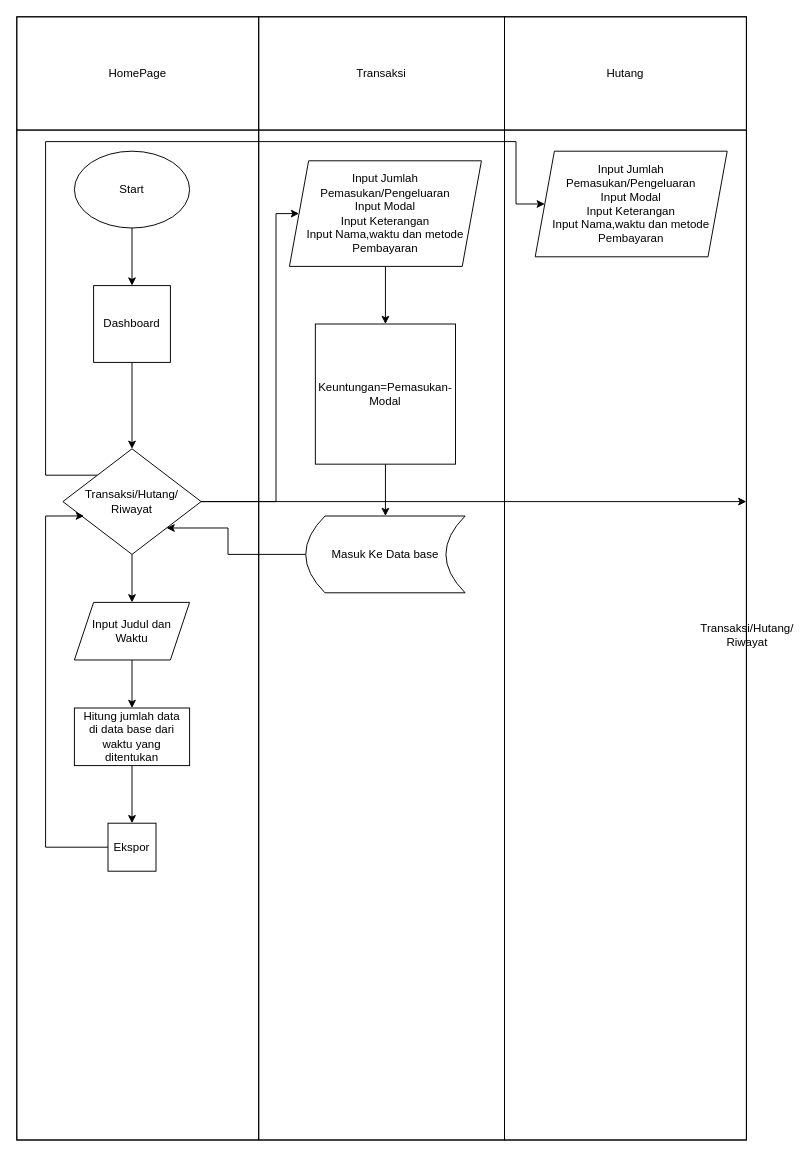
Earlier version of the draw.io diagram Diagram Tanpa Judul.drawio (Lcurents/Java-Learning). Source tidied: cells renumbered, new cells numbered last; positions are measured from the earlier drawing's top-left corner, leaving out a move shared by most shapes. Both pictures are drawn from the tidied source at 96%, with x=0, y=0 at pixel (16, 16).
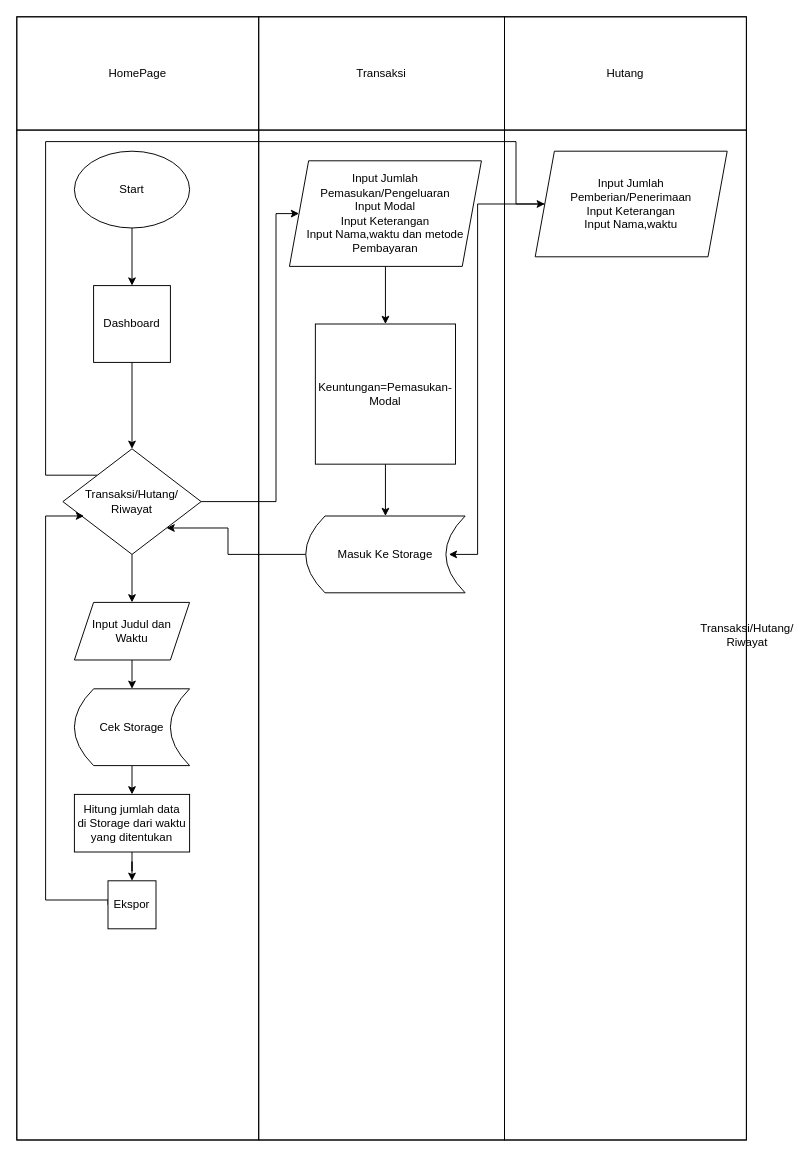
The same diagram, later.

The change refers to these unchanged cells:
```xml
<mxCell id="7" style="shape=tableRow;horizontal=0;startSize=0;swimlaneHead=0;swimlaneBody=0;top=0;left=0;bottom=0;right=0;fontStyle=0;fillColor=none;strokeColor=inherit;" parent="2" vertex="1">
  <mxGeometry y="118" width="760" height="1052" as="geometry" />
</mxCell>
<mxCell id="11" value="Transaksi/Hutang/&lt;br&gt;Riwayat" style="rhombus;whiteSpace=wrap;html=1;" parent="7" vertex="1">
  <mxGeometry x="760" height="1052" as="geometry" />
</mxCell>
<mxCell id="20" value="Transaksi/Hutang/&lt;br&gt;Riwayat" style="rhombus;whiteSpace=wrap;html=1;" parent="1" vertex="1">
  <mxGeometry x="48" y="450" width="144" height="110" as="geometry" />
</mxCell>
<mxCell id="22" value="Input Judul dan &lt;br&gt;Waktu" style="shape=parallelogram;perimeter=parallelogramPerimeter;whiteSpace=wrap;html=1;fixedSize=1;" parent="1" vertex="1">
  <mxGeometry x="60" y="610" width="120" height="60" as="geometry" />
</mxCell>
```

What changed in the source:
```diff
@@
+    <mxCell id="10" style="strokeColor=inherit;fillColor=none;align=center;whiteSpace=wrap;html=1;" parent="7" vertex="1">
+      <mxGeometry width="252" height="1052" as="geometry" />
+    </mxCell>
     <mxCell id="8" style="strokeColor=inherit;fillColor=none;align=center;whiteSpace=wrap;html=1;" parent="7" vertex="1">
-      <mxGeometry width="252" height="1052" as="geometry" />
+      <mxGeometry x="252" width="256" height="1052" as="geometry" />
     </mxCell>
     <mxCell id="9" style="strokeColor=inherit;fillColor=none;align=center;whiteSpace=wrap;html=1;" parent="7" vertex="1">
-      <mxGeometry x="252" width="256" height="1052" as="geometry" />
+      <mxGeometry x="508" width="252" height="1052" as="geometry" />
     </mxCell>
-    <mxCell id="10" style="strokeColor=inherit;fillColor=none;align=center;whiteSpace=wrap;html=1;" parent="7" vertex="1">
-      <mxGeometry x="508" width="252" height="1052" as="geometry" />
-    </mxCell>
@@
-    <mxCell id="16" style="edgeStyle=orthogonalEdgeStyle;rounded=0;jettySize=auto;html=1;" parent="1" edge="1" source="20" target="11">
-      <mxGeometry relative="1" as="geometry" />
-    </mxCell>
@@
-    <mxCell id="21" style="edgeStyle=orthogonalEdgeStyle;rounded=0;jettySize=auto;html=1;" parent="1" edge="1" source="22" target="24">
-      <mxGeometry relative="1" as="geometry" />
-    </mxCell>
+    <mxCell id="34" style="edgeStyle=orthogonalEdgeStyle;rounded=0;jettySize=auto;html=1;exitX=0.5;exitY=1;exitDx=0;exitDy=0;entryX=0.5;entryY=0;entryDx=0;entryDy=0;" parent="1" edge="1" source="22" target="37">
+      <mxGeometry relative="1" as="geometry" />
+    </mxCell>
@@
-    <mxCell id="24" value="Hitung jumlah data&lt;br&gt;di data base dari waktu yang ditentukan" style="rounded=0;whiteSpace=wrap;html=1;" parent="1" vertex="1">
-      <mxGeometry x="60" y="720" width="120" height="60" as="geometry" />
+    <mxCell id="24" value="Hitung jumlah data&lt;br&gt;di Storage dari waktu yang ditentukan" style="rounded=0;whiteSpace=wrap;html=1;" parent="1" vertex="1">
+      <mxGeometry x="60" y="810" width="120" height="60" as="geometry" />
     </mxCell>
     <mxCell id="25" style="edgeStyle=orthogonalEdgeStyle;rounded=0;jettySize=auto;html=1;exitX=0;exitY=0.5;exitDx=0;exitDy=0;entryX=0.153;entryY=0.636;entryDx=0;entryDy=0;entryPerimeter=0;" parent="1" edge="1" source="26" target="20">
       <mxGeometry relative="1" as="geometry">
         <Array as="points">
-          <mxPoint x="30" y="865" />
+          <mxPoint x="95" y="920" />
+          <mxPoint x="30" y="920" />
           <mxPoint x="30" y="520" />
         </Array>
       </mxGeometry>
     </mxCell>
     <mxCell id="26" value="Ekspor" style="whiteSpace=wrap;html=1;" parent="1" vertex="1">
-      <mxGeometry x="95" y="840" width="50" height="50" as="geometry" />
+      <mxGeometry x="95" y="900" width="50" height="50" as="geometry" />
     </mxCell>
@@
-    <mxCell id="32" value="Masuk Ke Data base" style="shape=dataStorage;whiteSpace=wrap;html=1;fixedSize=1;" parent="1" vertex="1">
+    <mxCell id="32" value="Masuk Ke Storage" style="shape=dataStorage;whiteSpace=wrap;html=1;fixedSize=1;" parent="1" vertex="1">
       <mxGeometry x="301" y="520" width="166" height="80" as="geometry" />
     </mxCell>
+    <mxCell id="35" style="edgeStyle=orthogonalEdgeStyle;rounded=0;jettySize=auto;html=1;entryX=0.898;entryY=0.5;entryDx=0;entryDy=0;entryPerimeter=0;" parent="1" edge="1" source="33" target="32">
+      <mxGeometry relative="1" as="geometry">
+        <Array as="points">
+          <mxPoint x="480" y="195" />
+          <mxPoint x="480" y="560" />
+        </Array>
+      </mxGeometry>
+    </mxCell>
-    <mxCell id="33" value="Input Jumlah Pemasukan/Pengeluaran&lt;br&gt;Input Modal&lt;br&gt;Input Keterangan&lt;br&gt;Input Nama,waktu dan metode Pembayaran" style="shape=parallelogram;perimeter=parallelogramPerimeter;whiteSpace=wrap;html=1;fixedSize=1;" parent="1" vertex="1">
+    <mxCell id="33" value="Input Jumlah Pemberian/Penerimaan&lt;br&gt;Input Keterangan&lt;br&gt;Input Nama,waktu" style="shape=parallelogram;perimeter=parallelogramPerimeter;whiteSpace=wrap;html=1;fixedSize=1;" parent="1" vertex="1">
       <mxGeometry x="540" y="140" width="200" height="110" as="geometry" />
     </mxCell>
+    <mxCell id="36" style="edgeStyle=orthogonalEdgeStyle;rounded=0;jettySize=auto;html=1;exitX=0.5;exitY=1;exitDx=0;exitDy=0;entryX=0.5;entryY=0;entryDx=0;entryDy=0;" parent="1" edge="1" source="37" target="24">
+      <mxGeometry relative="1" as="geometry" />
+    </mxCell>
+    <mxCell id="37" value="Cek Storage" style="shape=dataStorage;whiteSpace=wrap;html=1;fixedSize=1;" parent="1" vertex="1">
+      <mxGeometry x="60" y="700" width="120" height="80" as="geometry" />
+    </mxCell>
```
